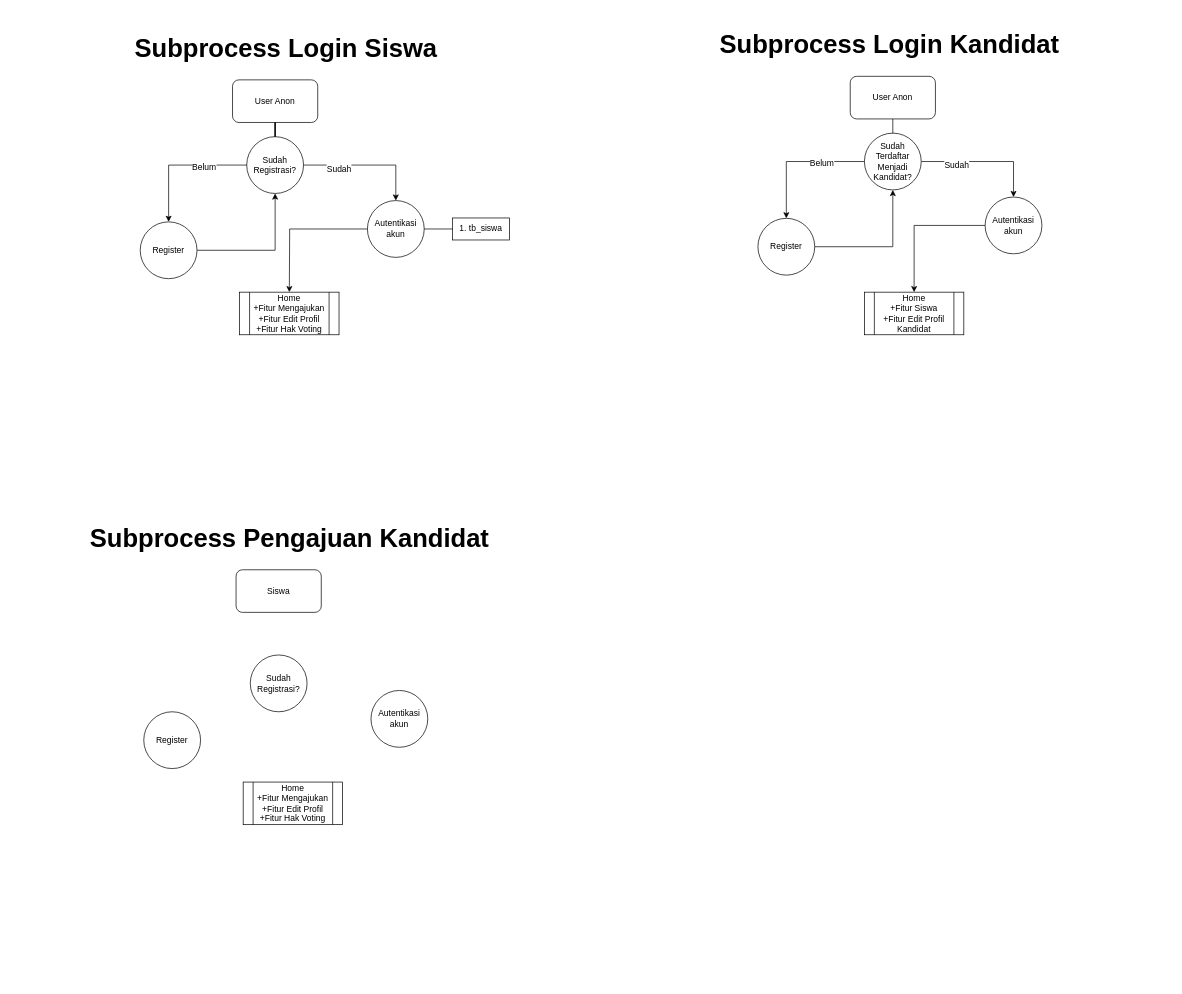
bintang-prayoga/erd-voting-osis keeps this draw.io diagram as page "Subprocess Siswa" (2 of 3) of DFD Voting OSIS.drawio. Above is the earlier version. Source tidied: cells renumbered, new cells numbered last; positions are measured from the earlier drawing's top-left corner, leaving out a move shared by most shapes. Both pictures are drawn from the tidied source at 71%, with x=0, y=0 at pixel (80, 12).
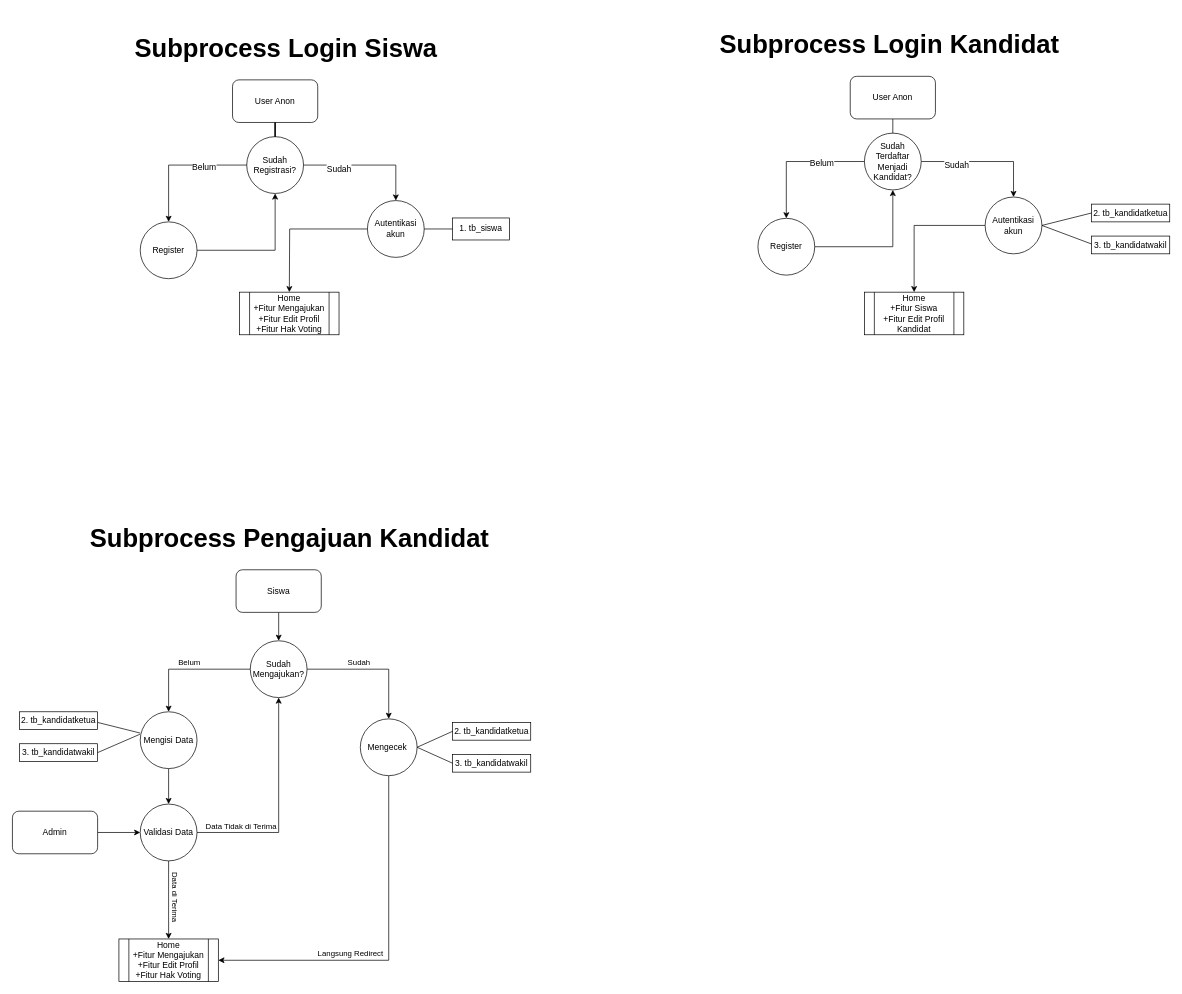
The same page after the edit.

The change refers to these unchanged cells:
```xml
<mxCell id="24" value="Autentikasi&lt;br&gt;akun" style="ellipse;whiteSpace=wrap;html=1;fontFamily=Helvetica;fontSize=12;" parent="1" vertex="1">
  <mxGeometry x="1275" y="260" width="80" height="80" as="geometry" />
</mxCell>
<mxCell id="28" value="Siswa" style="rounded=1;whiteSpace=wrap;html=1;fontFamily=Helvetica;fontSize=12;" parent="1" vertex="1">
  <mxGeometry x="220" y="785" width="120" height="60" as="geometry" />
</mxCell>
```

The edit, as a diff of the source:
```diff
@@
+    <mxCell id="35" style="edgeStyle=orthogonalEdgeStyle;rounded=0;jettySize=auto;html=1;entryX=0.5;entryY=0;entryDx=0;entryDy=0;" parent="1" edge="1" source="28" target="31">
+      <mxGeometry relative="1" as="geometry" />
+    </mxCell>
@@
-    <mxCell id="29" value="Register" style="ellipse;whiteSpace=wrap;html=1;fontFamily=Helvetica;fontSize=12;" parent="1" vertex="1">
-      <mxGeometry x="90" y="985" width="80" height="80" as="geometry" />
-    </mxCell>
+    <mxCell id="36" style="edgeStyle=orthogonalEdgeStyle;rounded=0;jettySize=auto;html=1;entryX=1;entryY=0.5;entryDx=0;entryDy=0;" parent="1" edge="1" source="30" target="32">
+      <mxGeometry relative="1" as="geometry">
+        <Array as="points">
+          <mxPoint x="435" y="1335" />
+        </Array>
+      </mxGeometry>
+    </mxCell>
+    <mxCell id="37" value="Langsung Redirect" style="edgeLabel;html=1;align=center;verticalAlign=middle;" parent="36" vertex="1">
+      <mxGeometry x="0.26" y="1" relative="1" as="geometry">
+        <mxPoint y="-11" as="offset" />
+      </mxGeometry>
+    </mxCell>
-    <mxCell id="30" value="Autentikasi&lt;br&gt;akun" style="ellipse;whiteSpace=wrap;html=1;fontFamily=Helvetica;fontSize=12;" parent="1" vertex="1">
-      <mxGeometry x="410" y="955" width="80" height="80" as="geometry" />
+    <mxCell id="30" value="Mengecek&amp;nbsp;" style="ellipse;whiteSpace=wrap;html=1;fontFamily=Helvetica;fontSize=12;" parent="1" vertex="1">
+      <mxGeometry x="395" y="995" width="80" height="80" as="geometry" />
     </mxCell>
+    <mxCell id="38" style="edgeStyle=orthogonalEdgeStyle;rounded=0;jettySize=auto;html=1;entryX=0.5;entryY=0;entryDx=0;entryDy=0;" parent="1" edge="1" source="31" target="45">
+      <mxGeometry relative="1" as="geometry" />
+    </mxCell>
+    <mxCell id="39" value="Belum" style="edgeLabel;html=1;align=center;verticalAlign=middle;" parent="38" vertex="1">
+      <mxGeometry x="-0.01" y="-3" relative="1" as="geometry">
+        <mxPoint y="-7" as="offset" />
+      </mxGeometry>
+    </mxCell>
+    <mxCell id="40" style="edgeStyle=orthogonalEdgeStyle;rounded=0;jettySize=auto;html=1;entryX=0.5;entryY=0;entryDx=0;entryDy=0;" parent="1" edge="1" source="31" target="30">
+      <mxGeometry relative="1" as="geometry" />
+    </mxCell>
+    <mxCell id="41" value="Sudah" style="edgeLabel;html=1;align=center;verticalAlign=middle;" parent="40" vertex="1">
+      <mxGeometry x="-0.22" y="-2" relative="1" as="geometry">
+        <mxPoint y="-12" as="offset" />
+      </mxGeometry>
+    </mxCell>
-    <mxCell id="31" value="Sudah Registrasi?" style="ellipse;whiteSpace=wrap;html=1;fontFamily=Helvetica;fontSize=12;" parent="1" vertex="1">
-      <mxGeometry x="240" y="905" width="80" height="80" as="geometry" />
+    <mxCell id="31" value="Sudah Mengajukan?" style="ellipse;whiteSpace=wrap;html=1;fontFamily=Helvetica;fontSize=12;" parent="1" vertex="1">
+      <mxGeometry x="240" y="885" width="80" height="80" as="geometry" />
     </mxCell>
     <mxCell id="32" value="Home&lt;br&gt;+Fitur Mengajukan&lt;br&gt;+Fitur Edit Profil&lt;br&gt;+Fitur Hak Voting" style="shape=process;whiteSpace=wrap;html=1;backgroundOutline=1;" parent="1" vertex="1">
-      <mxGeometry x="230" y="1084" width="140" height="60" as="geometry" />
+      <mxGeometry x="55" y="1305" width="140" height="60" as="geometry" />
     </mxCell>
@@
+    <mxCell id="42" value="2. tb_kandidatketua" style="rounded=0;whiteSpace=wrap;html=1;" parent="1" vertex="1">
+      <mxGeometry x="1425" y="270" width="110" height="25" as="geometry" />
+    </mxCell>
+    <mxCell id="43" value="3. tb_kandidatwakil" style="rounded=0;whiteSpace=wrap;html=1;" parent="1" vertex="1">
+      <mxGeometry x="1425" y="315" width="110" height="25" as="geometry" />
+    </mxCell>
+    <mxCell id="44" style="edgeStyle=orthogonalEdgeStyle;rounded=0;jettySize=auto;html=1;entryX=0.5;entryY=0;entryDx=0;entryDy=0;" parent="1" edge="1" source="45" target="58">
+      <mxGeometry relative="1" as="geometry" />
+    </mxCell>
+    <mxCell id="45" value="Mengisi Data" style="ellipse;whiteSpace=wrap;html=1;fontFamily=Helvetica;fontSize=12;" parent="1" vertex="1">
+      <mxGeometry x="85" y="985" width="80" height="80" as="geometry" />
+    </mxCell>
+    <mxCell id="46" value="2. tb_kandidatketua" style="rounded=0;whiteSpace=wrap;html=1;" parent="1" vertex="1">
+      <mxGeometry x="525" y="1000" width="110" height="25" as="geometry" />
+    </mxCell>
+    <mxCell id="47" value="3. tb_kandidatwakil" style="rounded=0;whiteSpace=wrap;html=1;" parent="1" vertex="1">
+      <mxGeometry x="525" y="1045" width="110" height="25" as="geometry" />
+    </mxCell>
+    <mxCell id="48" style="endArrow=none;html=1;rounded=0;entryX=0;entryY=0.5;entryDx=0;entryDy=0;" parent="1" edge="1" target="46">
+      <mxGeometry relative="1" as="geometry">
+        <mxPoint x="475" y="1035" as="sourcePoint" />
+      </mxGeometry>
+    </mxCell>
+    <mxCell id="49" style="endArrow=none;html=1;rounded=0;entryX=0;entryY=0.5;entryDx=0;entryDy=0;exitX=1;exitY=0.5;exitDx=0;exitDy=0;" parent="1" edge="1" source="30" target="47">
+      <mxGeometry relative="1" as="geometry" />
+    </mxCell>
+    <mxCell id="50" style="endArrow=none;html=1;rounded=0;entryX=0;entryY=0.5;entryDx=0;entryDy=0;" parent="1" edge="1" target="42">
+      <mxGeometry relative="1" as="geometry">
+        <mxPoint x="1355" y="300" as="sourcePoint" />
+      </mxGeometry>
+    </mxCell>
+    <mxCell id="51" style="endArrow=none;html=1;rounded=0;entryX=0;entryY=0.5;entryDx=0;entryDy=0;exitX=1;exitY=0.5;exitDx=0;exitDy=0;" parent="1" edge="1" source="24">
+      <mxGeometry relative="1" as="geometry">
+        <mxPoint x="1425" y="326.2" as="targetPoint" />
+      </mxGeometry>
+    </mxCell>
+    <mxCell id="52" style="edgeStyle=orthogonalEdgeStyle;rounded=0;jettySize=auto;html=1;entryX=0;entryY=0.5;entryDx=0;entryDy=0;" parent="1" edge="1" source="53" target="58">
+      <mxGeometry relative="1" as="geometry" />
+    </mxCell>
+    <mxCell id="53" value="Admin" style="rounded=1;whiteSpace=wrap;html=1;fontFamily=Helvetica;fontSize=12;" parent="1" vertex="1">
+      <mxGeometry x="-95" y="1125" width="120" height="60" as="geometry" />
+    </mxCell>
+    <mxCell id="54" style="edgeStyle=orthogonalEdgeStyle;rounded=0;jettySize=auto;html=1;entryX=0.5;entryY=0;entryDx=0;entryDy=0;" parent="1" edge="1" source="58" target="32">
+      <mxGeometry relative="1" as="geometry" />
+    </mxCell>
+    <mxCell id="55" value="Data di Terima" style="edgeLabel;html=1;align=center;verticalAlign=middle;rotation=90;" parent="54" vertex="1">
+      <mxGeometry x="-0.31" y="3" relative="1" as="geometry">
+        <mxPoint x="7" y="12" as="offset" />
+      </mxGeometry>
+    </mxCell>
+    <mxCell id="56" style="edgeStyle=orthogonalEdgeStyle;rounded=0;jettySize=auto;html=1;entryX=0.5;entryY=1;entryDx=0;entryDy=0;" parent="1" edge="1" source="58" target="31">
+      <mxGeometry relative="1" as="geometry" />
+    </mxCell>
+    <mxCell id="57" value="Data Tidak di Terima" style="edgeLabel;html=1;align=center;verticalAlign=middle;" parent="56" vertex="1">
+      <mxGeometry x="-0.51" y="-2" relative="1" as="geometry">
+        <mxPoint x="-14" y="-12" as="offset" />
+      </mxGeometry>
+    </mxCell>
+    <mxCell id="58" value="Validasi Data" style="ellipse;whiteSpace=wrap;html=1;" parent="1" vertex="1">
+      <mxGeometry x="85" y="1115" width="80" height="80" as="geometry" />
+    </mxCell>
+    <mxCell id="59" value="2. tb_kandidatketua" style="rounded=0;whiteSpace=wrap;html=1;" parent="1" vertex="1">
+      <mxGeometry x="-85" y="985" width="110" height="25" as="geometry" />
+    </mxCell>
+    <mxCell id="60" value="3. tb_kandidatwakil" style="rounded=0;whiteSpace=wrap;html=1;" parent="1" vertex="1">
+      <mxGeometry x="-85" y="1030" width="110" height="25" as="geometry" />
+    </mxCell>
+    <mxCell id="61" style="endArrow=none;html=1;rounded=0;entryX=-0.006;entryY=0.396;entryDx=0;entryDy=0;entryPerimeter=0;exitX=1;exitY=0.5;exitDx=0;exitDy=0;" parent="1" edge="1" source="60" target="45">
+      <mxGeometry relative="1" as="geometry" />
+    </mxCell>
+    <mxCell id="62" style="endArrow=none;html=1;rounded=0;entryX=0;entryY=0.375;entryDx=0;entryDy=0;entryPerimeter=0;exitX=1;exitY=0.5;exitDx=0;exitDy=0;" parent="1" edge="1" target="45">
+      <mxGeometry relative="1" as="geometry">
+        <mxPoint x="25" y="1000" as="sourcePoint" />
+      </mxGeometry>
+    </mxCell>
```
